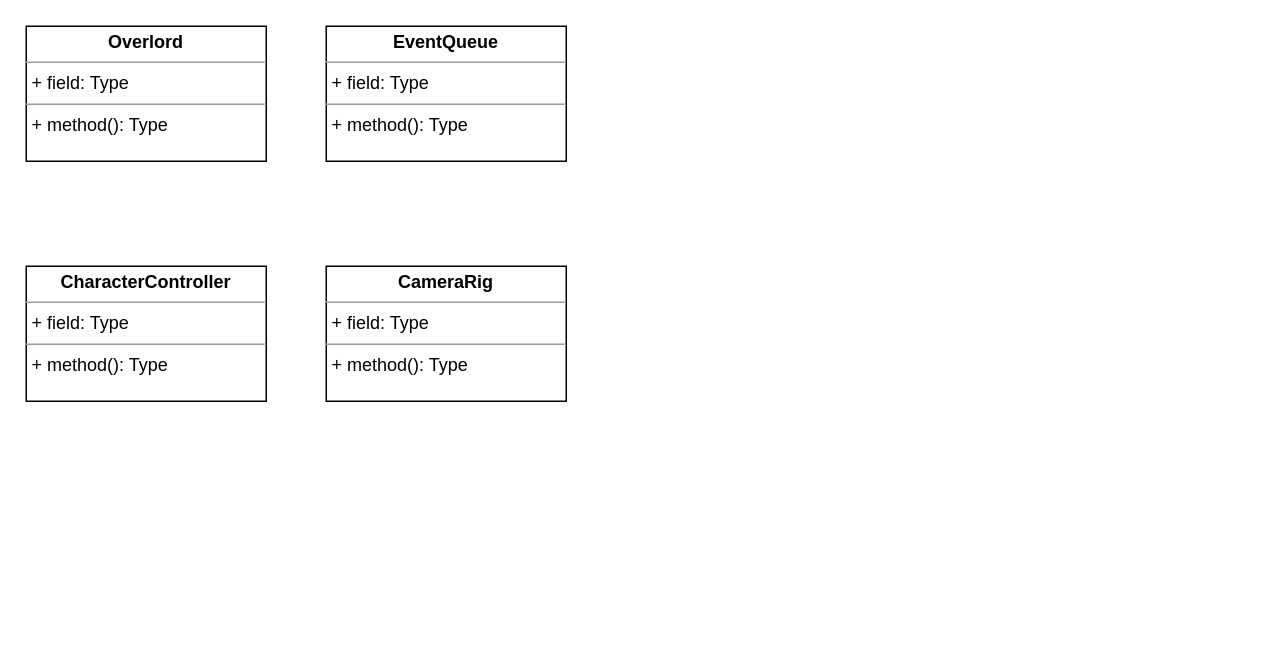
Earlier version of the draw.io diagram Documents/CodeStructure.drawio (Bram-Reuling/InternetAdventures). Source tidied: cells renumbered, new cells numbered last; positions are measured from the earlier drawing's top-left corner, leaving out a move shared by most shapes. Both pictures are drawn from the tidied source at 150%, with x=0, y=0 at pixel (26, 26).
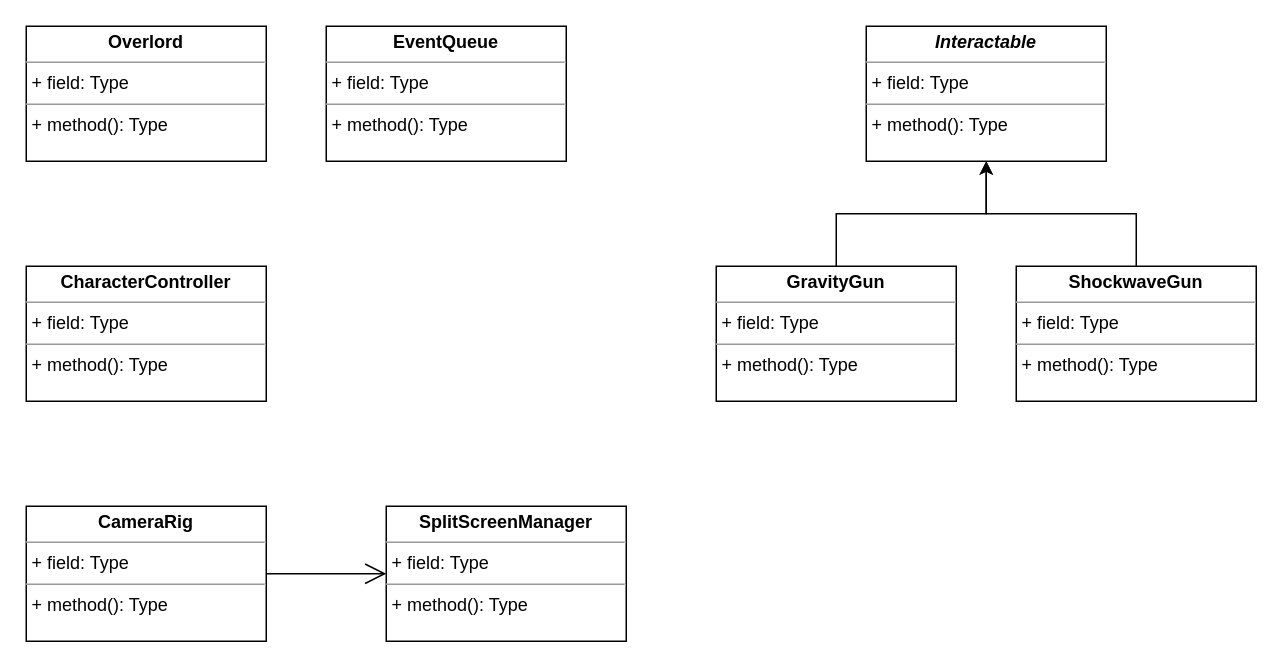
Above is the later version.

Commit message (it also covers changes not shown here):
Updated movement, gravitygun scripts

Diff of the diagram source:
```diff
@@
 <mxGraphModel>
   <root>
     <mxCell id="0" />
     <mxCell id="1" parent="0" />
     <mxCell id="2" value="&lt;p style=&quot;margin: 0px ; margin-top: 4px ; text-align: center&quot;&gt;&lt;b&gt;Overlord&lt;/b&gt;&lt;/p&gt;&lt;hr size=&quot;1&quot;&gt;&lt;p style=&quot;margin: 0px ; margin-left: 4px&quot;&gt;+ field: Type&lt;/p&gt;&lt;hr size=&quot;1&quot;&gt;&lt;p style=&quot;margin: 0px ; margin-left: 4px&quot;&gt;+ method(): Type&lt;/p&gt;" style="verticalAlign=top;align=left;overflow=fill;fontSize=12;fontFamily=Helvetica;html=1;" parent="1" vertex="1">
       <mxGeometry width="160" height="90" as="geometry" />
     </mxCell>
     <mxCell id="3" value="&lt;p style=&quot;margin: 0px ; margin-top: 4px ; text-align: center&quot;&gt;&lt;b&gt;EventQueue&lt;/b&gt;&lt;/p&gt;&lt;hr size=&quot;1&quot;&gt;&lt;p style=&quot;margin: 0px ; margin-left: 4px&quot;&gt;+ field: Type&lt;/p&gt;&lt;hr size=&quot;1&quot;&gt;&lt;p style=&quot;margin: 0px ; margin-left: 4px&quot;&gt;+ method(): Type&lt;/p&gt;" style="verticalAlign=top;align=left;overflow=fill;fontSize=12;fontFamily=Helvetica;html=1;" parent="1" vertex="1">
       <mxGeometry x="200" width="160" height="90" as="geometry" />
     </mxCell>
     <mxCell id="4" value="&lt;p style=&quot;margin: 0px ; margin-top: 4px ; text-align: center&quot;&gt;&lt;b&gt;CharacterController&lt;/b&gt;&lt;/p&gt;&lt;hr size=&quot;1&quot;&gt;&lt;p style=&quot;margin: 0px ; margin-left: 4px&quot;&gt;+ field: Type&lt;/p&gt;&lt;hr size=&quot;1&quot;&gt;&lt;p style=&quot;margin: 0px ; margin-left: 4px&quot;&gt;+ method(): Type&lt;/p&gt;" style="verticalAlign=top;align=left;overflow=fill;fontSize=12;fontFamily=Helvetica;html=1;" parent="1" vertex="1">
       <mxGeometry y="160" width="160" height="90" as="geometry" />
     </mxCell>
     <mxCell id="5" value="&lt;p style=&quot;margin: 0px ; margin-top: 4px ; text-align: center&quot;&gt;&lt;b&gt;CameraRig&lt;/b&gt;&lt;/p&gt;&lt;hr size=&quot;1&quot;&gt;&lt;p style=&quot;margin: 0px ; margin-left: 4px&quot;&gt;+ field: Type&lt;/p&gt;&lt;hr size=&quot;1&quot;&gt;&lt;p style=&quot;margin: 0px ; margin-left: 4px&quot;&gt;+ method(): Type&lt;/p&gt;" style="verticalAlign=top;align=left;overflow=fill;fontSize=12;fontFamily=Helvetica;html=1;" parent="1" vertex="1">
-      <mxGeometry x="200" y="160" width="160" height="90" as="geometry" />
+      <mxGeometry y="320" width="160" height="90" as="geometry" />
     </mxCell>
+    <mxCell id="6" value="&lt;p style=&quot;margin: 0px ; margin-top: 4px ; text-align: center&quot;&gt;&lt;b&gt;SplitScreenManager&lt;/b&gt;&lt;/p&gt;&lt;hr size=&quot;1&quot;&gt;&lt;p style=&quot;margin: 0px ; margin-left: 4px&quot;&gt;+ field: Type&lt;/p&gt;&lt;hr size=&quot;1&quot;&gt;&lt;p style=&quot;margin: 0px ; margin-left: 4px&quot;&gt;+ method(): Type&lt;/p&gt;" style="verticalAlign=top;align=left;overflow=fill;fontSize=12;fontFamily=Helvetica;html=1;" parent="1" vertex="1">
+      <mxGeometry x="240" y="320" width="160" height="90" as="geometry" />
+    </mxCell>
+    <mxCell id="7" style="endArrow=open;endFill=1;endSize=12;html=1;exitX=1;exitY=0.5;exitDx=0;exitDy=0;entryX=0;entryY=0.5;entryDx=0;entryDy=0;" parent="1" edge="1" source="5" target="6">
+      <mxGeometry relative="1" as="geometry" />
+    </mxCell>
+    <mxCell id="8" value="&lt;p style=&quot;margin: 0px ; margin-top: 4px ; text-align: center&quot;&gt;&lt;b&gt;&lt;i&gt;Interactable&lt;/i&gt;&lt;/b&gt;&lt;/p&gt;&lt;hr size=&quot;1&quot;&gt;&lt;p style=&quot;margin: 0px ; margin-left: 4px&quot;&gt;+ field: Type&lt;/p&gt;&lt;hr size=&quot;1&quot;&gt;&lt;p style=&quot;margin: 0px ; margin-left: 4px&quot;&gt;+ method(): Type&lt;/p&gt;" style="verticalAlign=top;align=left;overflow=fill;fontSize=12;fontFamily=Helvetica;html=1;" parent="1" vertex="1">
+      <mxGeometry x="560" width="160" height="90" as="geometry" />
+    </mxCell>
+    <mxCell id="9" style="edgeStyle=orthogonalEdgeStyle;rounded=0;jettySize=auto;html=1;" parent="1" edge="1" source="10" target="8">
+      <mxGeometry relative="1" as="geometry" />
+    </mxCell>
+    <mxCell id="10" value="&lt;p style=&quot;margin: 0px ; margin-top: 4px ; text-align: center&quot;&gt;&lt;b&gt;GravityGun&lt;/b&gt;&lt;/p&gt;&lt;hr size=&quot;1&quot;&gt;&lt;p style=&quot;margin: 0px ; margin-left: 4px&quot;&gt;+ field: Type&lt;/p&gt;&lt;hr size=&quot;1&quot;&gt;&lt;p style=&quot;margin: 0px ; margin-left: 4px&quot;&gt;+ method(): Type&lt;/p&gt;" style="verticalAlign=top;align=left;overflow=fill;fontSize=12;fontFamily=Helvetica;html=1;" parent="1" vertex="1">
+      <mxGeometry x="460" y="160" width="160" height="90" as="geometry" />
+    </mxCell>
+    <mxCell id="11" style="edgeStyle=orthogonalEdgeStyle;rounded=0;jettySize=auto;html=1;" parent="1" edge="1" source="12" target="8">
+      <mxGeometry relative="1" as="geometry" />
+    </mxCell>
+    <mxCell id="12" value="&lt;p style=&quot;margin: 0px ; margin-top: 4px ; text-align: center&quot;&gt;&lt;b&gt;ShockwaveGun&lt;/b&gt;&lt;/p&gt;&lt;hr size=&quot;1&quot;&gt;&lt;p style=&quot;margin: 0px ; margin-left: 4px&quot;&gt;+ field: Type&lt;/p&gt;&lt;hr size=&quot;1&quot;&gt;&lt;p style=&quot;margin: 0px ; margin-left: 4px&quot;&gt;+ method(): Type&lt;/p&gt;" style="verticalAlign=top;align=left;overflow=fill;fontSize=12;fontFamily=Helvetica;html=1;" parent="1" vertex="1">
+      <mxGeometry x="660" y="160" width="160" height="90" as="geometry" />
+    </mxCell>
   </root>
 </mxGraphModel>
```
